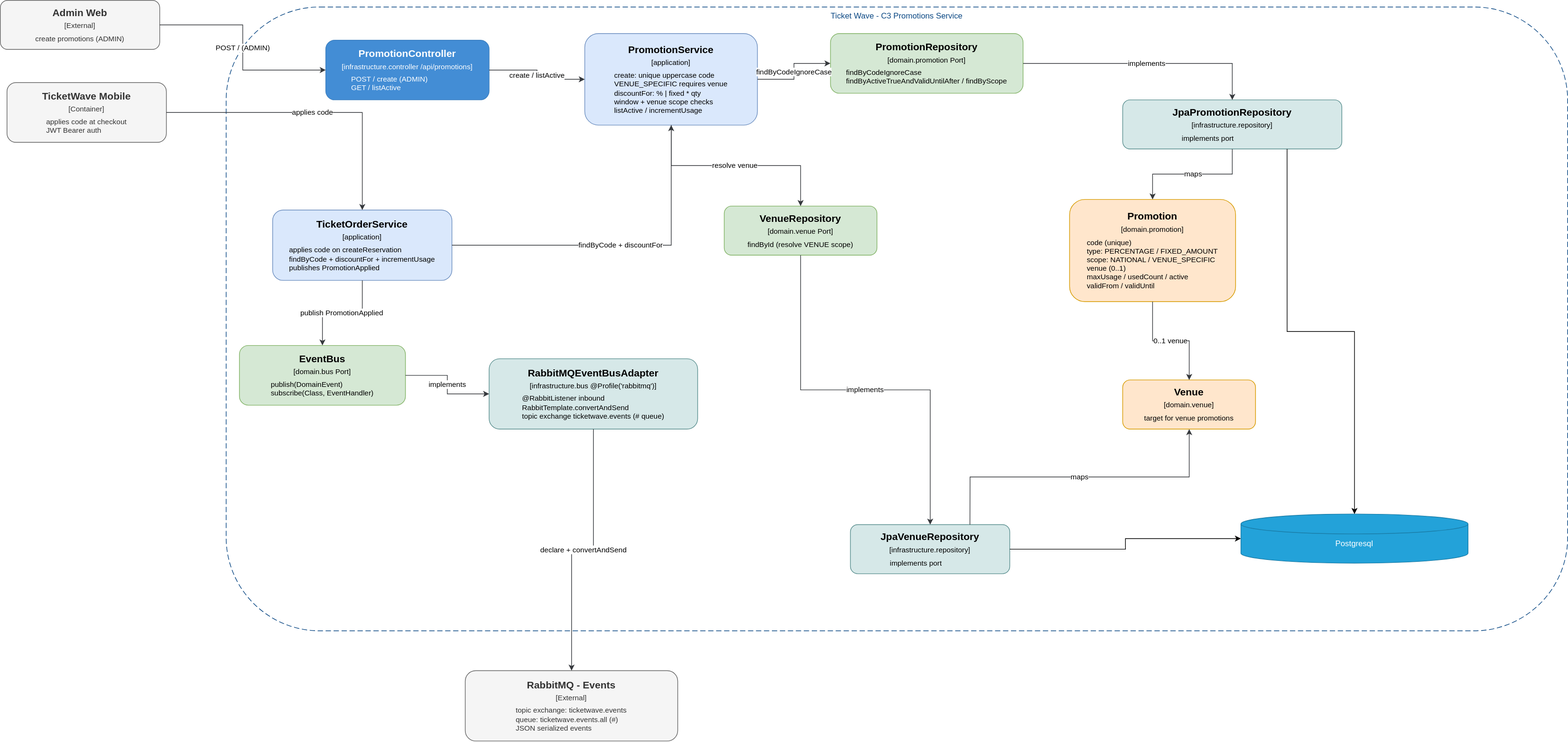
Earlier version of the draw.io export diagrams/c4model/ticketwave-c3-promotions-service.drawio.svg (Juanchoque1206/ticketwave-extract-service). Source tidied: cells renumbered, new cells last; positions are measured from the earlier drawing's top-left corner, leaving out a move shared by most shapes.
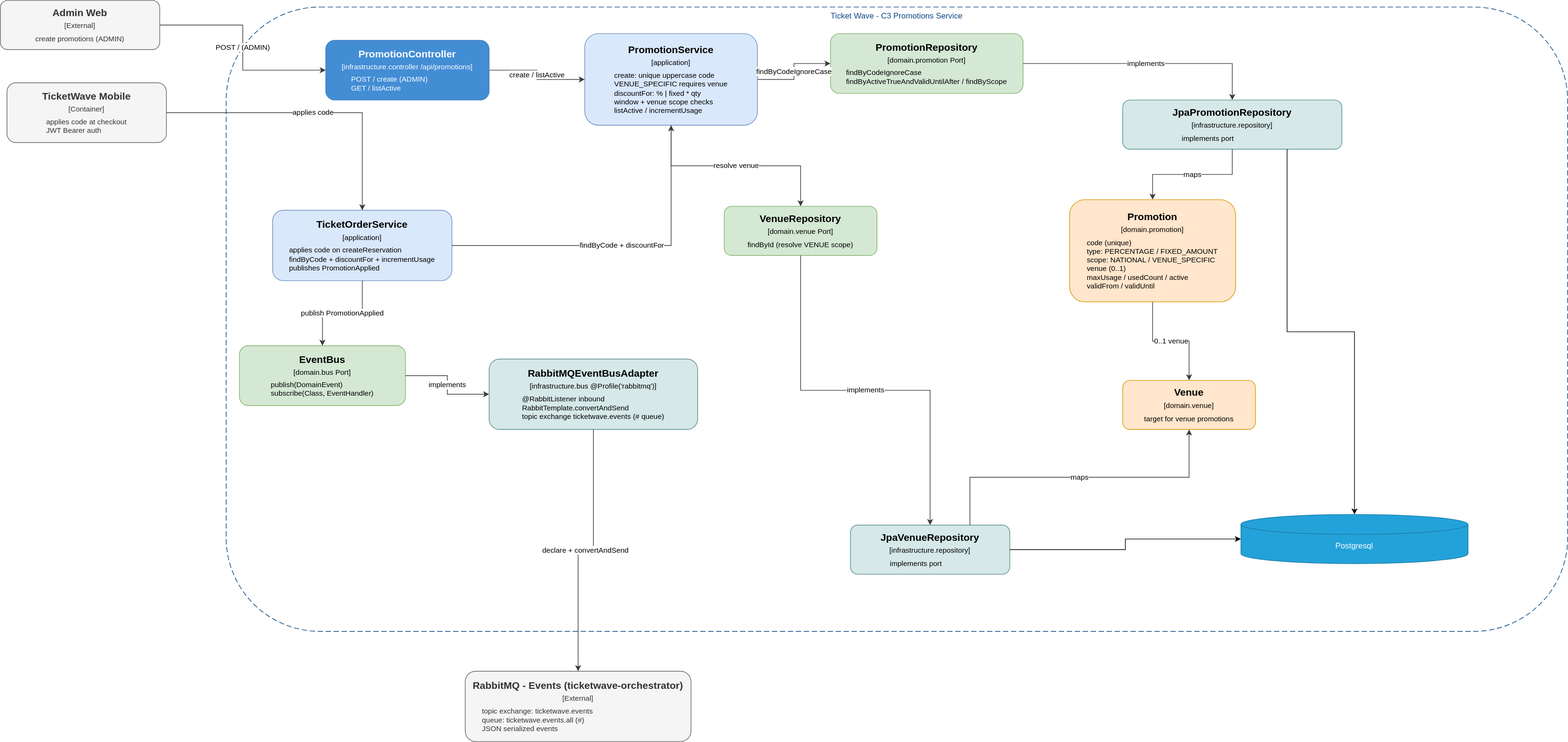
After the commit.

The edit, as a diff of the source:
```diff
@@ -23,8 +23,8 @@
     <mxCell id="8" value="&lt;div style=&quot;border-color: rgb(218, 220, 224); font-size: 15px; font-weight: bold; margin-bottom: 4px;&quot;&gt;VenueRepository&lt;/div&gt;&lt;div style=&quot;border-color: rgb(218, 220, 224); font-size: 11px; margin-bottom: 6px;&quot;&gt;[domain.venue Port]&lt;/div&gt;&lt;div style=&quot;border-color: rgb(218, 220, 224); font-size: 11px; text-align: left; padding: 0px 14px;&quot;&gt;findById (resolve VENUE scope)&lt;/div&gt;" style="rounded=1;whiteSpace=wrap;html=1;fillColor=#d5e8d4;strokeColor=#82b366;fontColor=#000000;" parent="1" vertex="1">
       <mxGeometry x="1090" y="310" width="230" height="74" as="geometry" />
     </mxCell>
-    <mxCell id="9" value="&lt;div style=&quot;border-color: rgb(218, 220, 224); font-size: 15px; font-weight: bold; margin-bottom: 4px;&quot;&gt;RabbitMQ - Events&lt;/div&gt;&lt;div style=&quot;border-color: rgb(218, 220, 224); font-size: 11px; margin-bottom: 6px;&quot;&gt;[External]&lt;/div&gt;&lt;div style=&quot;border-color: rgb(218, 220, 224); font-size: 11px; text-align: left; padding: 0px 14px;&quot;&gt;topic exchange: ticketwave.events&lt;/div&gt;&lt;div style=&quot;border-color: rgb(218, 220, 224); font-size: 11px; text-align: left; padding: 0px 14px;&quot;&gt;queue: ticketwave.events.all (#)&lt;/div&gt;&lt;div style=&quot;border-color: rgb(218, 220, 224); font-size: 11px; text-align: left; padding: 0px 14px;&quot;&gt;JSON serialized events&lt;/div&gt;" style="rounded=1;whiteSpace=wrap;html=1;fillColor=#f5f5f5;strokeColor=#666666;fontColor=#333333;" parent="1" vertex="1">
-      <mxGeometry x="700" y="1010" width="320" height="106" as="geometry" />
+    <mxCell id="9" value="&lt;div style=&quot;border-color: rgb(218, 220, 224); font-size: 15px; font-weight: bold; margin-bottom: 4px;&quot;&gt;RabbitMQ - Events (ticketwave-orchestrator)&lt;/div&gt;&lt;div style=&quot;border-color: rgb(218, 220, 224); font-size: 11px; margin-bottom: 6px;&quot;&gt;[External]&lt;/div&gt;&lt;div style=&quot;border-color: rgb(218, 220, 224); font-size: 11px; text-align: left; padding: 0px 14px;&quot;&gt;topic exchange: ticketwave.events&lt;/div&gt;&lt;div style=&quot;border-color: rgb(218, 220, 224); font-size: 11px; text-align: left; padding: 0px 14px;&quot;&gt;queue: ticketwave.events.all (#)&lt;/div&gt;&lt;div style=&quot;border-color: rgb(218, 220, 224); font-size: 11px; text-align: left; padding: 0px 14px;&quot;&gt;JSON serialized events&lt;/div&gt;" style="rounded=1;whiteSpace=wrap;html=1;fillColor=#f5f5f5;strokeColor=#666666;fontColor=#333333;" parent="1" vertex="1">
+      <mxGeometry x="700" y="1010" width="340" height="106" as="geometry" />
     </mxCell>
     <mxCell id="10" value="&lt;div style=&quot;border-color: rgb(218, 220, 224); font-size: 15px; font-weight: bold; margin-bottom: 4px;&quot;&gt;PromotionService&lt;/div&gt;&lt;div style=&quot;border-color: rgb(218, 220, 224); font-size: 11px; margin-bottom: 6px;&quot;&gt;[application]&lt;/div&gt;&lt;div style=&quot;border-color: rgb(218, 220, 224); font-size: 11px; text-align: left; padding: 0px 14px;&quot;&gt;create: unique uppercase code&lt;/div&gt;&lt;div style=&quot;border-color: rgb(218, 220, 224); font-size: 11px; text-align: left; padding: 0px 14px;&quot;&gt;VENUE_SPECIFIC requires venue&lt;/div&gt;&lt;div style=&quot;border-color: rgb(218, 220, 224); font-size: 11px; text-align: left; padding: 0px 14px;&quot;&gt;discountFor: % | fixed * qty&lt;/div&gt;&lt;div style=&quot;border-color: rgb(218, 220, 224); font-size: 11px; text-align: left; padding: 0px 14px;&quot;&gt;window + venue scope checks&lt;/div&gt;&lt;div style=&quot;border-color: rgb(218, 220, 224); font-size: 11px; text-align: left; padding: 0px 14px;&quot;&gt;listActive / incrementUsage&lt;/div&gt;" style="rounded=1;whiteSpace=wrap;html=1;fillColor=#dae8fc;strokeColor=#6c8ebf;fontColor=#000000;" parent="1" vertex="1">
       <mxGeometry x="880" y="50" width="260" height="138" as="geometry" />
```
